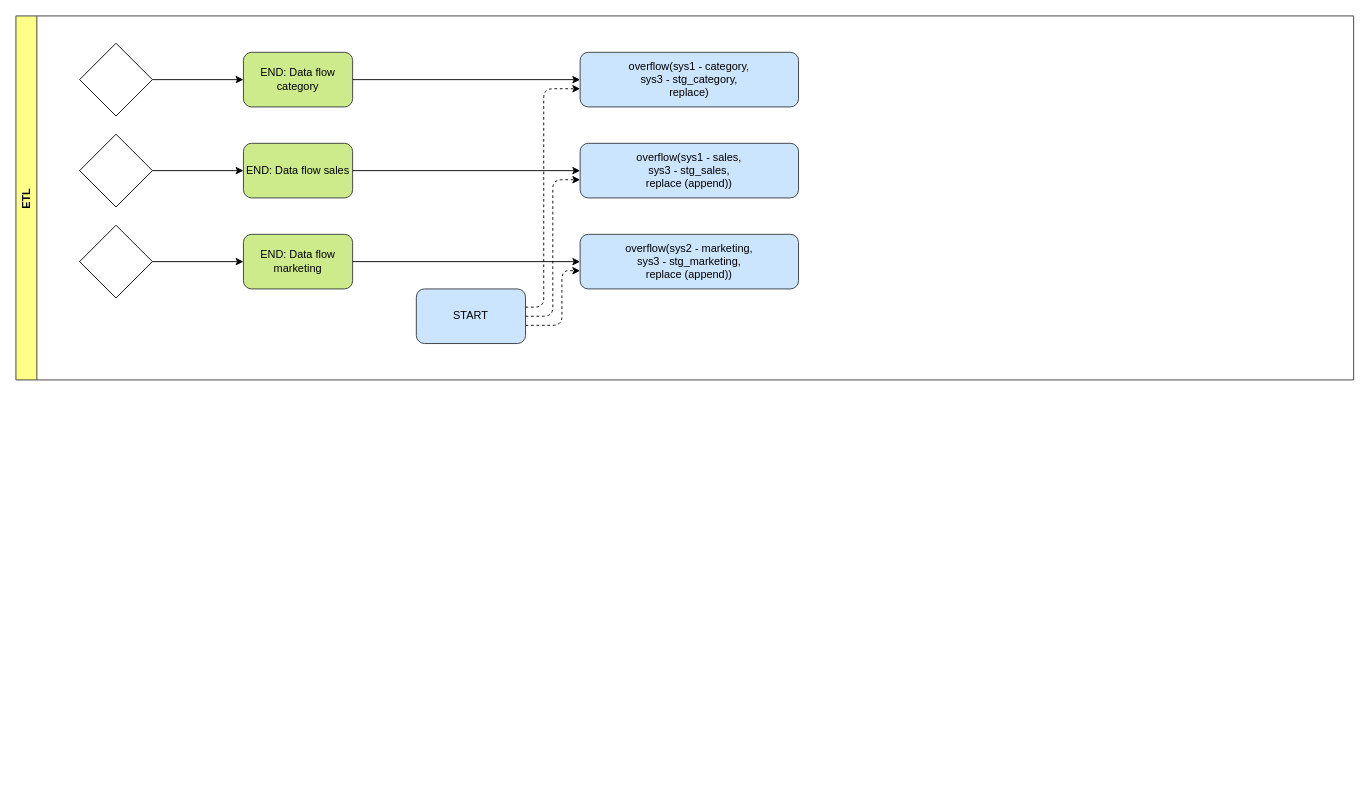
This is page "Data Flow" (3 of 3) of ozon.drawio from Odarink/ozon_task_test, a draw.io file, before an edit. Source tidied: cells renumbered, new cells numbered last; positions are measured from the earlier drawing's top-left corner, leaving out a move shared by most shapes. Both pictures are drawn from the tidied source at 91%, with x=0, y=0 at pixel (15, 15).
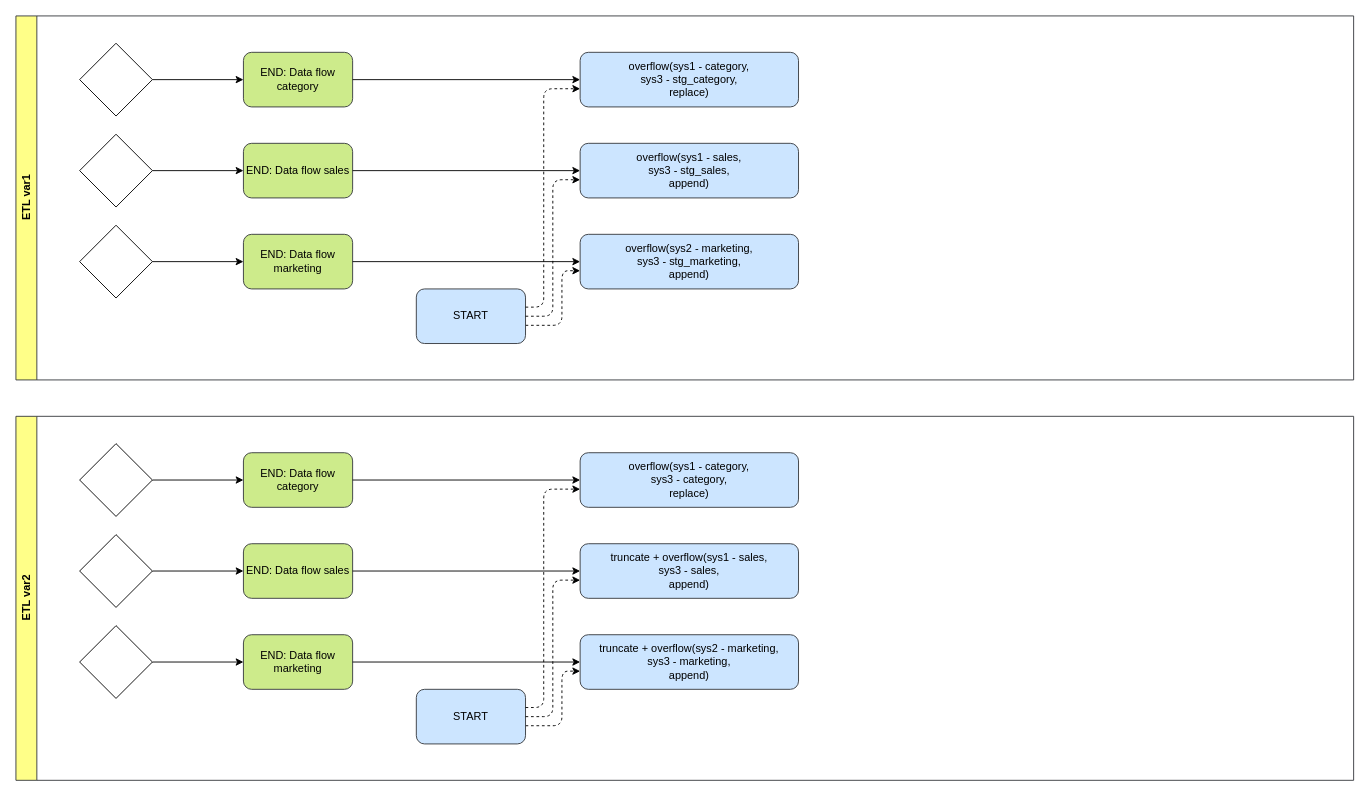
Above is the later version.

What changed in the source:
```diff
@@
-    <mxCell id="2" value="ETL&amp;nbsp;" style="swimlane;horizontal=0;whiteSpace=wrap;html=1;fillColor=#ffff88;strokeColor=#36393d;" parent="1" vertex="1">
+    <mxCell id="2" value="ETL var1" style="swimlane;horizontal=0;whiteSpace=wrap;html=1;fillColor=#ffff88;strokeColor=#36393d;" parent="1" vertex="1">
       <mxGeometry width="1470" height="400" as="geometry" />
     </mxCell>
@@
-    <mxCell id="15" value="overflow(&lt;span style=&quot;background-color: transparent;&quot;&gt;sys1 - sales,&lt;/span&gt;&lt;div&gt;sys3 - stg_sales,&lt;/div&gt;&lt;span style=&quot;background-color: transparent;&quot;&gt;replace (append)&lt;/span&gt;)" style="rounded=1;whiteSpace=wrap;html=1;fillColor=#cce5ff;strokeColor=#36393d;" parent="2" vertex="1">
+    <mxCell id="15" value="overflow(&lt;span style=&quot;background-color: transparent;&quot;&gt;sys1 - sales,&lt;/span&gt;&lt;div&gt;sys3 - stg_sales,&lt;/div&gt;&lt;span style=&quot;background-color: transparent;&quot;&gt;append&lt;/span&gt;)" style="rounded=1;whiteSpace=wrap;html=1;fillColor=#cce5ff;strokeColor=#36393d;" parent="2" vertex="1">
       <mxGeometry x="620" y="140" width="240" height="60" as="geometry" />
     </mxCell>
-    <mxCell id="16" value="overflow(&lt;span style=&quot;background-color: transparent;&quot;&gt;sys2 - marketing,&lt;/span&gt;&lt;div&gt;sys3 - stg_marketing,&lt;/div&gt;&lt;span style=&quot;background-color: transparent;&quot;&gt;replace (append)&lt;/span&gt;)" style="rounded=1;whiteSpace=wrap;html=1;fillColor=#cce5ff;strokeColor=#36393d;" parent="2" vertex="1">
+    <mxCell id="16" value="overflow(&lt;span style=&quot;background-color: transparent;&quot;&gt;sys2 - marketing,&lt;/span&gt;&lt;div&gt;sys3 - stg_marketing,&lt;/div&gt;&lt;span style=&quot;background-color: transparent;&quot;&gt;append&lt;/span&gt;)" style="rounded=1;whiteSpace=wrap;html=1;fillColor=#cce5ff;strokeColor=#36393d;" parent="2" vertex="1">
       <mxGeometry x="620" y="240" width="240" height="60" as="geometry" />
     </mxCell>
@@
+    <mxCell id="22" value="ETL var2" style="swimlane;horizontal=0;whiteSpace=wrap;html=1;fillColor=#ffff88;strokeColor=#36393d;" parent="1" vertex="1">
+      <mxGeometry y="440" width="1470" height="400" as="geometry" />
+    </mxCell>
+    <mxCell id="23" value="END: Data flow category" style="rounded=1;whiteSpace=wrap;html=1;fillColor=#cdeb8b;strokeColor=#36393d;" parent="22" vertex="1">
+      <mxGeometry x="250" y="40" width="120" height="60" as="geometry" />
+    </mxCell>
+    <mxCell id="24" value="END: Data flow sales" style="rounded=1;whiteSpace=wrap;html=1;fillColor=#cdeb8b;strokeColor=#36393d;" parent="22" vertex="1">
+      <mxGeometry x="250" y="140" width="120" height="60" as="geometry" />
+    </mxCell>
+    <mxCell id="25" style="endArrow=classic;html=1;rounded=0;" parent="22" edge="1" source="27" target="23">
+      <mxGeometry relative="1" as="geometry" />
+    </mxCell>
+    <mxCell id="26" style="endArrow=classic;html=1;rounded=0;" parent="22" edge="1" source="28" target="24">
+      <mxGeometry relative="1" as="geometry" />
+    </mxCell>
+    <mxCell id="27" style="rhombus;whiteSpace=wrap;html=1;" parent="22" vertex="1">
+      <mxGeometry x="70" y="30" width="80" height="80" as="geometry" />
+    </mxCell>
+    <mxCell id="28" style="rhombus;whiteSpace=wrap;html=1;" parent="22" vertex="1">
+      <mxGeometry x="70" y="130" width="80" height="80" as="geometry" />
+    </mxCell>
+    <mxCell id="29" style="rhombus;whiteSpace=wrap;html=1;" parent="22" vertex="1">
+      <mxGeometry x="70" y="230" width="80" height="80" as="geometry" />
+    </mxCell>
+    <mxCell id="30" value="END: Data flow marketing" style="rounded=1;whiteSpace=wrap;html=1;fillColor=#cdeb8b;strokeColor=#36393d;" parent="22" vertex="1">
+      <mxGeometry x="250" y="240" width="120" height="60" as="geometry" />
+    </mxCell>
+    <mxCell id="31" style="endArrow=classic;html=1;rounded=0;" parent="22" edge="1" source="29" target="30">
+      <mxGeometry relative="1" as="geometry" />
+    </mxCell>
+    <mxCell id="32" style="edgeStyle=orthogonalEdgeStyle;rounded=1;jettySize=auto;html=1;dashed=1;curved=0;" parent="22" edge="1" source="33" target="36">
+      <mxGeometry relative="1" as="geometry">
+        <Array as="points">
+          <mxPoint x="600" y="340" />
+          <mxPoint x="600" y="280" />
+        </Array>
+      </mxGeometry>
+    </mxCell>
+    <mxCell id="33" value="START" style="rounded=1;whiteSpace=wrap;html=1;fillColor=#cce5ff;strokeColor=#36393d;" parent="22" vertex="1">
+      <mxGeometry x="440" y="300" width="120" height="60" as="geometry" />
+    </mxCell>
+    <mxCell id="34" value="overflow(&lt;span style=&quot;background-color: transparent;&quot;&gt;sys1 - category,&lt;/span&gt;&lt;div&gt;sys3 - category,&lt;/div&gt;&lt;span style=&quot;background-color: transparent;&quot;&gt;replace&lt;/span&gt;)" style="rounded=1;whiteSpace=wrap;html=1;fillColor=#cce5ff;strokeColor=#36393d;" parent="22" vertex="1">
+      <mxGeometry x="620" y="40" width="240" height="60" as="geometry" />
+    </mxCell>
+    <mxCell id="35" value="truncate + overflow(&lt;span style=&quot;background-color: transparent;&quot;&gt;sys1 - sales,&lt;/span&gt;&lt;div&gt;sys3 - sales,&lt;/div&gt;&lt;span style=&quot;background-color: transparent;&quot;&gt;append&lt;/span&gt;)" style="rounded=1;whiteSpace=wrap;html=1;fillColor=#cce5ff;strokeColor=#36393d;" parent="22" vertex="1">
+      <mxGeometry x="620" y="140" width="240" height="60" as="geometry" />
+    </mxCell>
+    <mxCell id="36" value="truncate + overflow(&lt;span style=&quot;background-color: transparent;&quot;&gt;sys2 - marketing,&lt;/span&gt;&lt;div&gt;sys3 - marketing,&lt;/div&gt;&lt;span style=&quot;background-color: transparent;&quot;&gt;append&lt;/span&gt;)" style="rounded=1;whiteSpace=wrap;html=1;fillColor=#cce5ff;strokeColor=#36393d;" parent="22" vertex="1">
+      <mxGeometry x="620" y="240" width="240" height="60" as="geometry" />
+    </mxCell>
+    <mxCell id="37" style="edgeStyle=orthogonalEdgeStyle;rounded=0;jettySize=auto;html=1;" parent="22" edge="1" source="30" target="36">
+      <mxGeometry relative="1" as="geometry" />
+    </mxCell>
+    <mxCell id="38" style="edgeStyle=orthogonalEdgeStyle;rounded=0;jettySize=auto;html=1;" parent="22" edge="1" source="24" target="35">
+      <mxGeometry relative="1" as="geometry" />
+    </mxCell>
+    <mxCell id="39" style="edgeStyle=orthogonalEdgeStyle;rounded=0;jettySize=auto;html=1;" parent="22" edge="1" source="23" target="34">
+      <mxGeometry relative="1" as="geometry" />
+    </mxCell>
+    <mxCell id="40" style="edgeStyle=orthogonalEdgeStyle;rounded=1;jettySize=auto;html=1;dashed=1;curved=0;" parent="22" edge="1" source="33" target="35">
+      <mxGeometry relative="1" as="geometry">
+        <Array as="points">
+          <mxPoint x="590" y="330" />
+          <mxPoint x="590" y="180" />
+        </Array>
+      </mxGeometry>
+    </mxCell>
+    <mxCell id="41" style="edgeStyle=orthogonalEdgeStyle;rounded=1;jettySize=auto;html=1;dashed=1;curved=0;" parent="22" edge="1" target="34">
+      <mxGeometry relative="1" as="geometry">
+        <mxPoint x="560" y="320" as="sourcePoint" />
+        <Array as="points">
+          <mxPoint x="580" y="320" />
+          <mxPoint x="580" y="80" />
+        </Array>
+      </mxGeometry>
+    </mxCell>
```
